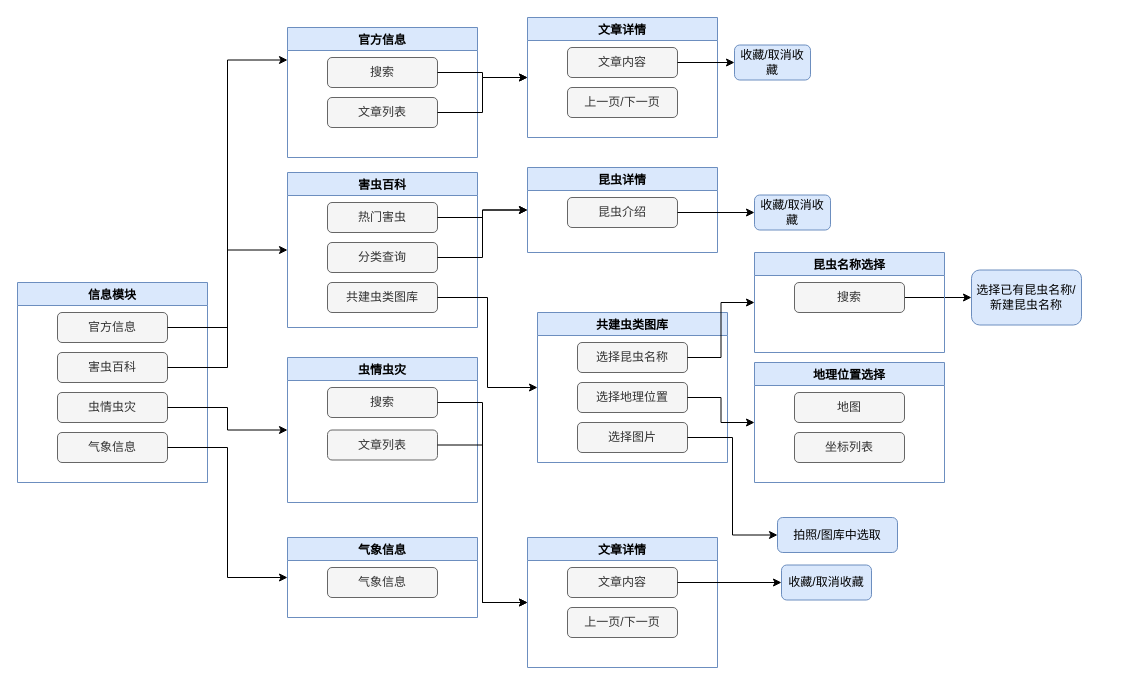
This is Untitled Diagram.drawio from somelovelanguage/somelovelanguage-somelovelanguage.github.io, a draw.io file, before an edit. Source tidied: cells renumbered, new cells numbered last; positions are measured from the earlier drawing's top-left corner, leaving out a move shared by most shapes. Both pictures are drawn from the tidied source at 100%, with x=0, y=0 at pixel (17, 17).
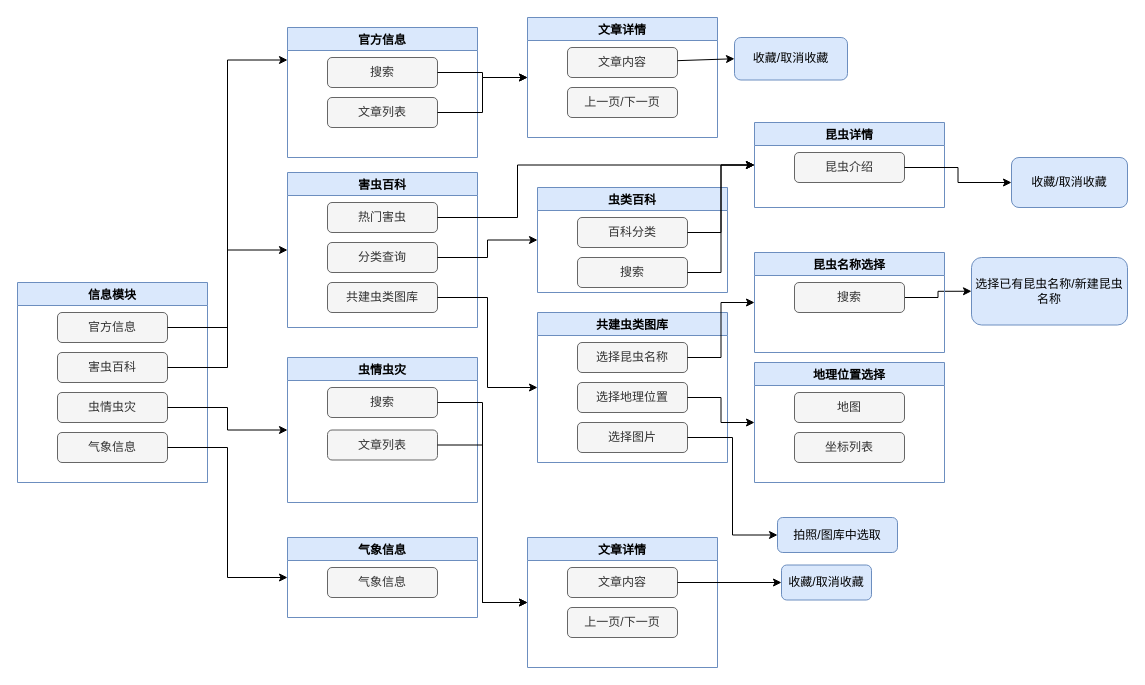
The same page after the edit.

Unchanged cells that the change refers to:
```xml
<mxCell id="18" value="热门害虫" style="rounded=1;whiteSpace=wrap;html=1;fillColor=#f5f5f5;fontColor=#333333;strokeColor=#666666;" parent="17" vertex="1">
  <mxGeometry x="40" y="30" width="110" height="30" as="geometry" />
</mxCell>
<mxCell id="19" value="分类查询" style="rounded=1;whiteSpace=wrap;html=1;fillColor=#f5f5f5;fontColor=#333333;strokeColor=#666666;" parent="17" vertex="1">
  <mxGeometry x="40" y="70" width="110" height="30" as="geometry" />
</mxCell>
```

What changed in the source:
```diff
@@
     <mxCell id="14" value="收藏/取消收藏" style="whiteSpace=wrap;html=1;fillColor=#dae8fc;strokeColor=#6c8ebf;rounded=1;" parent="1" vertex="1">
-      <mxGeometry x="717" y="27.5" width="76" height="35" as="geometry" />
+      <mxGeometry x="717" y="20" width="113" height="42.5" as="geometry" />
     </mxCell>
@@
     <mxCell id="21" value="昆虫详情" style="swimlane;fillColor=#dae8fc;strokeColor=#6c8ebf;" parent="1" vertex="1">
-      <mxGeometry x="510" y="150" width="190" height="85" as="geometry" />
+      <mxGeometry x="737" y="105" width="190" height="85" as="geometry" />
     </mxCell>
@@
     <mxCell id="23" value="收藏/取消收藏" style="whiteSpace=wrap;html=1;fillColor=#dae8fc;strokeColor=#6c8ebf;rounded=1;" parent="1" vertex="1">
-      <mxGeometry x="737" y="177.5" width="76" height="35" as="geometry" />
+      <mxGeometry x="994" y="140" width="116" height="50" as="geometry" />
     </mxCell>
@@
-    <mxCell id="31" style="edgeStyle=orthogonalEdgeStyle;rounded=0;jettySize=auto;html=1;entryX=0;entryY=0.5;entryDx=0;entryDy=0;" parent="1" edge="1" source="18" target="21">
-      <mxGeometry relative="1" as="geometry" />
-    </mxCell>
-    <mxCell id="32" style="edgeStyle=orthogonalEdgeStyle;rounded=0;jettySize=auto;html=1;entryX=0;entryY=0.5;entryDx=0;entryDy=0;" parent="1" edge="1" source="19" target="21">
-      <mxGeometry relative="1" as="geometry" />
-    </mxCell>
@@
     <mxCell id="50" value="选择已有昆虫名称/新建昆虫名称" style="whiteSpace=wrap;html=1;fillColor=#dae8fc;strokeColor=#6c8ebf;rounded=1;" parent="1" vertex="1">
-      <mxGeometry x="954" y="252.5" width="110" height="55" as="geometry" />
+      <mxGeometry x="954" y="240" width="156" height="67.5" as="geometry" />
     </mxCell>
@@
+    <mxCell id="59" value="虫类百科" style="swimlane;fillColor=#dae8fc;strokeColor=#6c8ebf;" parent="1" vertex="1">
+      <mxGeometry x="520" y="170" width="190" height="105" as="geometry" />
+    </mxCell>
+    <mxCell id="60" value="百科分类" style="rounded=1;whiteSpace=wrap;html=1;fillColor=#f5f5f5;fontColor=#333333;strokeColor=#666666;" parent="59" vertex="1">
+      <mxGeometry x="40" y="30" width="110" height="30" as="geometry" />
+    </mxCell>
+    <mxCell id="61" value="搜索" style="rounded=1;whiteSpace=wrap;html=1;fillColor=#f5f5f5;fontColor=#333333;strokeColor=#666666;" parent="59" vertex="1">
+      <mxGeometry x="40" y="70" width="110" height="30" as="geometry" />
+    </mxCell>
+    <mxCell id="62" style="edgeStyle=orthogonalEdgeStyle;rounded=0;jettySize=auto;html=1;entryX=0;entryY=0.5;entryDx=0;entryDy=0;" parent="1" edge="1" source="19" target="59">
+      <mxGeometry relative="1" as="geometry" />
+    </mxCell>
+    <mxCell id="63" style="edgeStyle=orthogonalEdgeStyle;rounded=0;jettySize=auto;html=1;entryX=0;entryY=0.5;entryDx=0;entryDy=0;" parent="1" edge="1" source="61" target="21">
+      <mxGeometry relative="1" as="geometry" />
+    </mxCell>
+    <mxCell id="31" style="edgeStyle=orthogonalEdgeStyle;rounded=0;jettySize=auto;html=1;entryX=0;entryY=0.5;entryDx=0;entryDy=0;" parent="1" edge="1" source="18" target="21">
+      <mxGeometry relative="1" as="geometry">
+        <Array as="points">
+          <mxPoint x="500" y="200" />
+          <mxPoint x="500" y="148" />
+        </Array>
+      </mxGeometry>
+    </mxCell>
+    <mxCell id="64" style="edgeStyle=orthogonalEdgeStyle;rounded=0;jettySize=auto;html=1;entryX=0;entryY=0.5;entryDx=0;entryDy=0;" parent="1" edge="1" source="60" target="21">
+      <mxGeometry relative="1" as="geometry" />
+    </mxCell>
```
